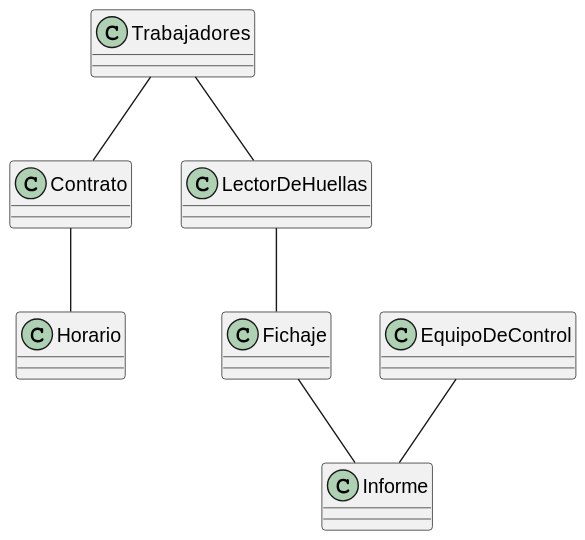
Earlier version of the PlantUML export imagenes/modelosUML/modeloDelDominio/mdd002.svg (mmasias/23-24-IdSw1-SDR).
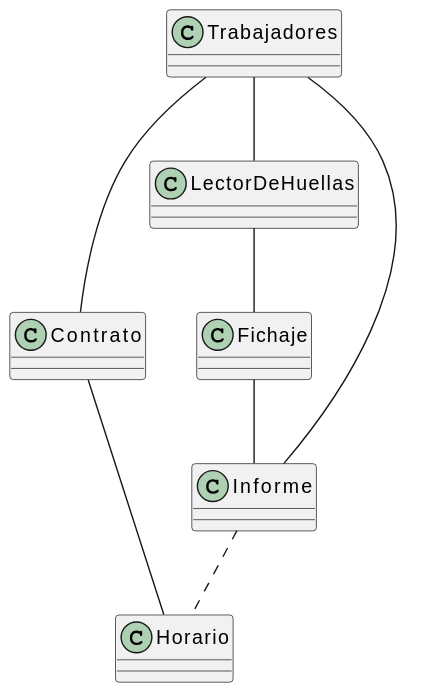
Above is the later version.

What changed in the source:
```diff
@@ -1,5 +1,4 @@
 @startuml
-
 class Contrato {
 
 }
@@ -24,15 +23,13 @@
 
 }
 
-class EquipoDeControl {
 
-}
 
-Contrato -- Horario
-Trabajadores --  Contrato
-Trabajadores -- LectorDeHuellas
-LectorDeHuellas -- Fichaje
-Fichaje -- Informe
-EquipoDeControl -- Informe
-
+Contrato  -- Horario
+Trabajadores  --  Contrato
+Trabajadores  -- LectorDeHuellas
+LectorDeHuellas  -- Fichaje
+Fichaje  -- Informe
+Trabajadores -- Informe
+Informe .. Horario
 @enduml
```
